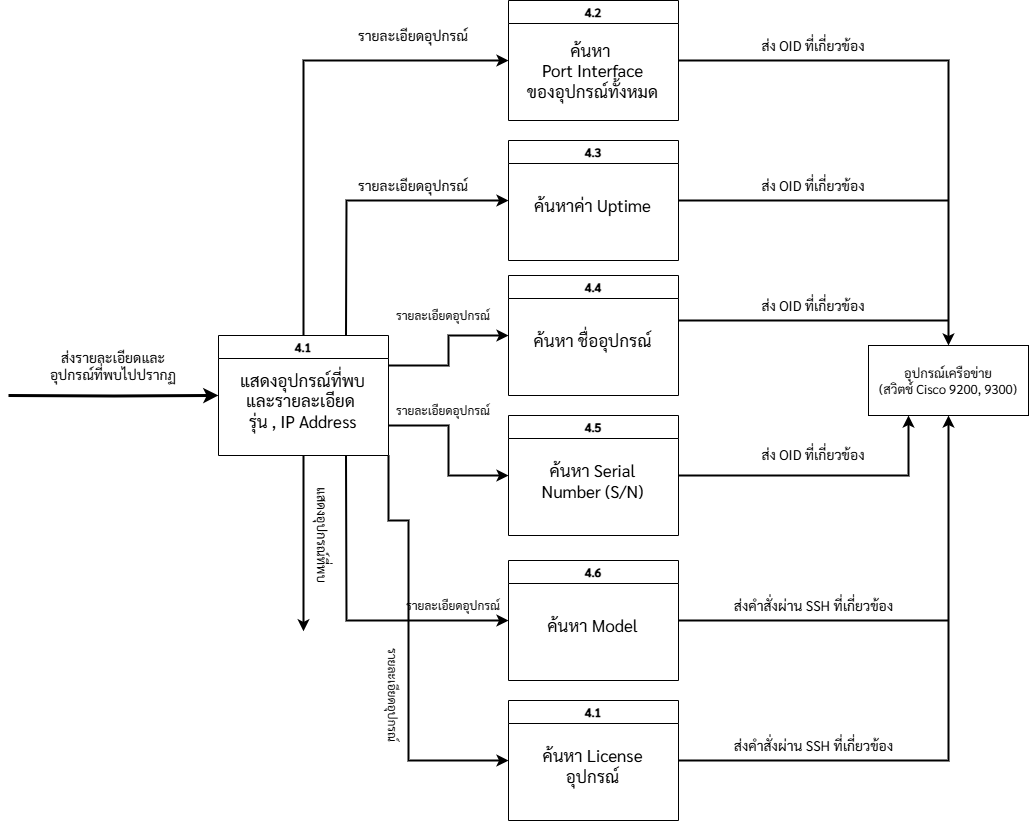
Above: Diagram/DFD/Data Flow Diagram Level 1 - 4.png in Minwatcharakorn/Project-CO-kddi (draw.io), before the change. Source tidied: cells renumbered, new cells last; positions are measured from the earlier drawing's top-left corner, leaving out a move shared by most shapes.
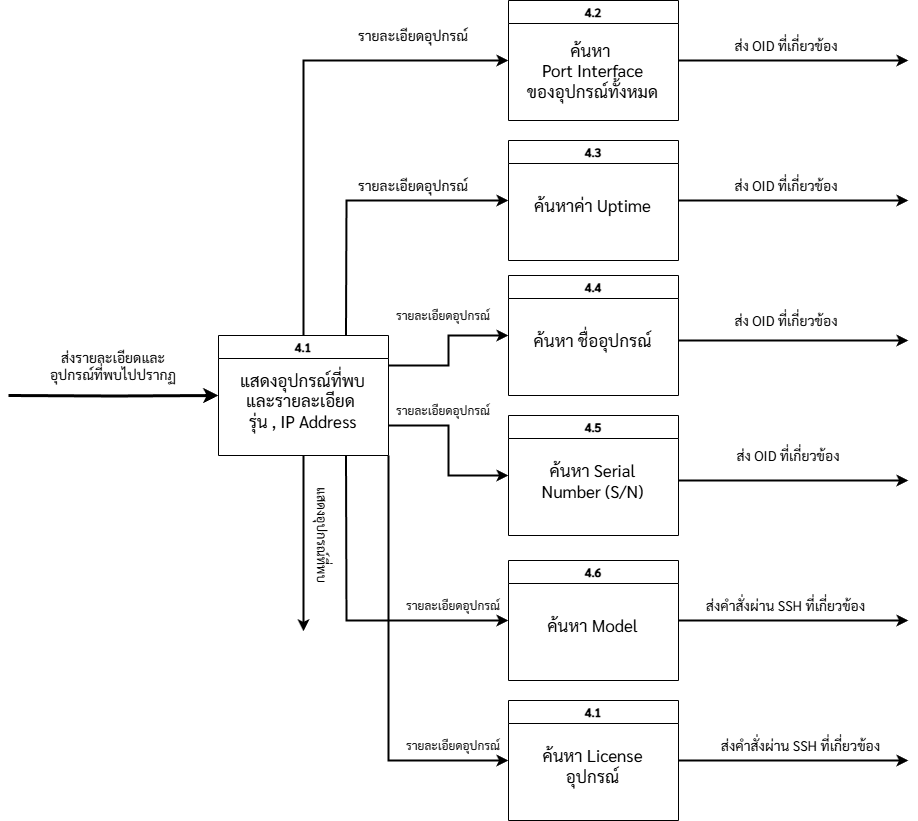
After the change.

What changed in the source:
```diff
@@ -2,12 +2,6 @@
   <root>
     <mxCell id="0" />
     <mxCell id="1" parent="0" />
-    <mxCell id="2" style="rounded=0;whiteSpace=wrap;html=1;fontFamily=Sarabun;fontSource=https%3A%2F%2Ffonts.googleapis.com%2Fcss%3Ffamily%3DSarabun;" parent="1" vertex="1">
-      <mxGeometry x="860" y="345" width="160" height="70" as="geometry" />
-    </mxCell>
-    <mxCell id="3" value="อุปกรณ์เครือข่าย&lt;br&gt;(สวิตช์ Cisco 9200, 9300)" style="text;html=1;align=center;verticalAlign=middle;whiteSpace=wrap;rounded=0;fontFamily=Sarabun;fontSource=https%3A%2F%2Ffonts.googleapis.com%2Fcss%3Ffamily%3DSarabun;fontSize=13;" parent="1" vertex="1">
-      <mxGeometry x="865" y="365" width="150" height="30" as="geometry" />
-    </mxCell>
     <mxCell id="4" style="edgeStyle=orthogonalEdgeStyle;rounded=0;jettySize=auto;html=1;exitX=1;exitY=0.5;exitDx=0;exitDy=0;entryX=0;entryY=0.5;entryDx=0;entryDy=0;fontFamily=Sarabun;fontSource=https%3A%2F%2Ffonts.googleapis.com%2Fcss%3Ffamily%3DSarabun;strokeWidth=3;" parent="1" edge="1" target="5">
       <mxGeometry relative="1" as="geometry">
         <mxPoint y="395" as="sourcePoint" />
@@ -107,65 +101,27 @@
       <mxGeometry relative="1" as="geometry">
         <Array as="points">
           <mxPoint x="380" y="520" />
-          <mxPoint x="400" y="520" />
-          <mxPoint x="400" y="760" />
+          <mxPoint x="380" y="760" />
         </Array>
       </mxGeometry>
     </mxCell>
-    <mxCell id="28" style="endArrow=classic;html=1;rounded=0;exitX=1;exitY=0.5;exitDx=0;exitDy=0;entryX=0.5;entryY=0;entryDx=0;entryDy=0;strokeWidth=2;" parent="1" edge="1" source="10" target="2">
-      <mxGeometry relative="1" as="geometry">
-        <Array as="points">
-          <mxPoint x="940" y="60" />
-        </Array>
-      </mxGeometry>
-    </mxCell>
-    <mxCell id="29" style="endArrow=none;html=1;rounded=0;exitX=1;exitY=0.5;exitDx=0;exitDy=0;endFill=0;strokeWidth=2;" parent="1" edge="1" source="12">
-      <mxGeometry relative="1" as="geometry">
-        <mxPoint x="940" y="200" as="targetPoint" />
-      </mxGeometry>
-    </mxCell>
-    <mxCell id="30" style="endArrow=classic;html=1;rounded=0;exitX=1;exitY=0.5;exitDx=0;exitDy=0;entryX=0.5;entryY=1;entryDx=0;entryDy=0;strokeWidth=2;" parent="1" edge="1" source="20" target="2">
-      <mxGeometry relative="1" as="geometry">
-        <Array as="points">
-          <mxPoint x="940" y="760" />
-        </Array>
-      </mxGeometry>
-    </mxCell>
-    <mxCell id="31" style="endArrow=classic;html=1;rounded=0;exitX=1;exitY=0.5;exitDx=0;exitDy=0;strokeWidth=2;entryX=0.25;entryY=1;entryDx=0;entryDy=0;endFill=1;" parent="1" edge="1" source="16" target="2">
-      <mxGeometry relative="1" as="geometry">
-        <Array as="points">
-          <mxPoint x="900" y="475" />
-        </Array>
-      </mxGeometry>
-    </mxCell>
-    <mxCell id="32" style="endArrow=none;html=1;rounded=0;exitX=1;exitY=0.5;exitDx=0;exitDy=0;strokeWidth=2;" parent="1" edge="1">
-      <mxGeometry relative="1" as="geometry">
-        <mxPoint x="670" y="320" as="sourcePoint" />
-        <mxPoint x="940" y="320" as="targetPoint" />
-      </mxGeometry>
-    </mxCell>
     <mxCell id="33" value="ส่ง OID ที่เกี่ยวข้อง" style="text;html=1;align=center;verticalAlign=middle;whiteSpace=wrap;rounded=0;fontFamily=Sarabun;fontSource=https%3A%2F%2Ffonts.googleapis.com%2Fcss%3Ffamily%3DSarabun;fontSize=14;" parent="1" vertex="1">
-      <mxGeometry x="730" y="30" width="150" height="30" as="geometry" />
+      <mxGeometry x="702.5" y="30" width="150" height="30" as="geometry" />
     </mxCell>
     <mxCell id="34" value="ส่ง OID ที่เกี่ยวข้อง" style="text;html=1;align=center;verticalAlign=middle;whiteSpace=wrap;rounded=0;fontFamily=Sarabun;fontSource=https%3A%2F%2Ffonts.googleapis.com%2Fcss%3Ffamily%3DSarabun;fontSize=14;" parent="1" vertex="1">
-      <mxGeometry x="730" y="170" width="150" height="30" as="geometry" />
+      <mxGeometry x="702.5" y="170" width="150" height="30" as="geometry" />
     </mxCell>
     <mxCell id="35" value="ส่ง OID ที่เกี่ยวข้อง" style="text;html=1;align=center;verticalAlign=middle;whiteSpace=wrap;rounded=0;fontFamily=Sarabun;fontSource=https%3A%2F%2Ffonts.googleapis.com%2Fcss%3Ffamily%3DSarabun;fontSize=14;" parent="1" vertex="1">
-      <mxGeometry x="730" y="290" width="150" height="30" as="geometry" />
+      <mxGeometry x="702.5" y="305" width="150" height="30" as="geometry" />
     </mxCell>
     <mxCell id="36" value="ส่ง OID ที่เกี่ยวข้อง" style="text;html=1;align=center;verticalAlign=middle;whiteSpace=wrap;rounded=0;fontFamily=Sarabun;fontSource=https%3A%2F%2Ffonts.googleapis.com%2Fcss%3Ffamily%3DSarabun;fontSize=14;" parent="1" vertex="1">
-      <mxGeometry x="730" y="439" width="150" height="30" as="geometry" />
+      <mxGeometry x="705" y="439.5" width="150" height="30" as="geometry" />
     </mxCell>
     <mxCell id="37" value="ส่งคำสั่งผ่าน SSH ที่เกี่ยวข้อง" style="text;html=1;align=center;verticalAlign=middle;whiteSpace=wrap;rounded=0;fontFamily=Sarabun;fontSource=https%3A%2F%2Ffonts.googleapis.com%2Fcss%3Ffamily%3DSarabun;fontSize=14;" parent="1" vertex="1">
-      <mxGeometry x="717.5" y="730" width="175" height="30" as="geometry" />
+      <mxGeometry x="705" y="730" width="175" height="30" as="geometry" />
     </mxCell>
-    <mxCell id="38" style="endArrow=none;html=1;rounded=0;exitX=1;exitY=0.5;exitDx=0;exitDy=0;strokeWidth=2;" parent="1" edge="1" source="18">
-      <mxGeometry relative="1" as="geometry">
-        <mxPoint x="940" y="620" as="targetPoint" />
-      </mxGeometry>
-    </mxCell>
     <mxCell id="39" value="ส่งคำสั่งผ่าน SSH ที่เกี่ยวข้อง" style="text;html=1;align=center;verticalAlign=middle;whiteSpace=wrap;rounded=0;fontFamily=Sarabun;fontSource=https%3A%2F%2Ffonts.googleapis.com%2Fcss%3Ffamily%3DSarabun;fontSize=14;" parent="1" vertex="1">
-      <mxGeometry x="717.5" y="590" width="175" height="30" as="geometry" />
+      <mxGeometry x="690" y="590" width="175" height="30" as="geometry" />
     </mxCell>
     <mxCell id="40" value="รายละเอียดอุปกรณ์" style="text;html=1;align=center;verticalAlign=middle;whiteSpace=wrap;rounded=0;fontFamily=Sarabun;fontSource=https%3A%2F%2Ffonts.googleapis.com%2Fcss%3Ffamily%3DSarabun;fontSize=14;" parent="1" vertex="1">
       <mxGeometry x="330" y="20" width="150" height="30" as="geometry" />
@@ -182,8 +138,42 @@
     <mxCell id="44" value="รายละเอียดอุปกรณ์" style="text;html=1;align=center;verticalAlign=middle;whiteSpace=wrap;rounded=0;fontFamily=Sarabun;fontSource=https%3A%2F%2Ffonts.googleapis.com%2Fcss%3Ffamily%3DSarabun;fontSize=12;" parent="1" vertex="1">
       <mxGeometry x="370" y="590" width="150" height="30" as="geometry" />
     </mxCell>
-    <mxCell id="45" value="รายละเอียดอุปกรณ์" style="text;html=1;align=center;verticalAlign=middle;whiteSpace=wrap;rounded=0;fontFamily=Sarabun;fontSource=https%3A%2F%2Ffonts.googleapis.com%2Fcss%3Ffamily%3DSarabun;fontSize=12;rotation=90;" parent="1" vertex="1">
-      <mxGeometry x="310" y="680" width="150" height="30" as="geometry" />
+    <mxCell id="45" value="รายละเอียดอุปกรณ์" style="text;html=1;align=center;verticalAlign=middle;whiteSpace=wrap;rounded=0;fontFamily=Sarabun;fontSource=https%3A%2F%2Ffonts.googleapis.com%2Fcss%3Ffamily%3DSarabun;fontSize=12;rotation=0;" parent="1" vertex="1">
+      <mxGeometry x="370" y="730" width="150" height="30" as="geometry" />
     </mxCell>
+    <mxCell id="46" style="endArrow=classic;html=1;rounded=0;exitX=1;exitY=0.5;exitDx=0;exitDy=0;strokeWidth=2;" parent="1" edge="1" source="20">
+      <mxGeometry relative="1" as="geometry">
+        <mxPoint x="900" y="760" as="targetPoint" />
+      </mxGeometry>
+    </mxCell>
+    <mxCell id="47" style="endArrow=classic;html=1;rounded=0;exitX=1;exitY=0.5;exitDx=0;exitDy=0;strokeWidth=2;" parent="1" edge="1" source="18">
+      <mxGeometry relative="1" as="geometry">
+        <mxPoint x="900" y="620" as="targetPoint" />
+      </mxGeometry>
+    </mxCell>
+    <mxCell id="48" style="endArrow=classic;html=1;rounded=0;exitX=1;exitY=0.5;exitDx=0;exitDy=0;strokeWidth=2;" parent="1" edge="1">
+      <mxGeometry relative="1" as="geometry">
+        <mxPoint x="670" y="480" as="sourcePoint" />
+        <mxPoint x="900" y="480" as="targetPoint" />
+      </mxGeometry>
+    </mxCell>
+    <mxCell id="49" style="endArrow=classic;html=1;rounded=0;exitX=1;exitY=0.5;exitDx=0;exitDy=0;strokeWidth=2;" parent="1" edge="1">
+      <mxGeometry relative="1" as="geometry">
+        <mxPoint x="670" y="340" as="sourcePoint" />
+        <mxPoint x="900" y="340" as="targetPoint" />
+      </mxGeometry>
+    </mxCell>
+    <mxCell id="50" style="endArrow=classic;html=1;rounded=0;exitX=1;exitY=0.5;exitDx=0;exitDy=0;strokeWidth=2;" parent="1" edge="1">
+      <mxGeometry relative="1" as="geometry">
+        <mxPoint x="670" y="200" as="sourcePoint" />
+        <mxPoint x="900" y="200" as="targetPoint" />
+      </mxGeometry>
+    </mxCell>
+    <mxCell id="51" style="endArrow=classic;html=1;rounded=0;exitX=1;exitY=0.5;exitDx=0;exitDy=0;strokeWidth=2;" parent="1" edge="1">
+      <mxGeometry relative="1" as="geometry">
+        <mxPoint x="670" y="60" as="sourcePoint" />
+        <mxPoint x="900" y="60" as="targetPoint" />
+      </mxGeometry>
+    </mxCell>
   </root>
 </mxGraphModel>
```
